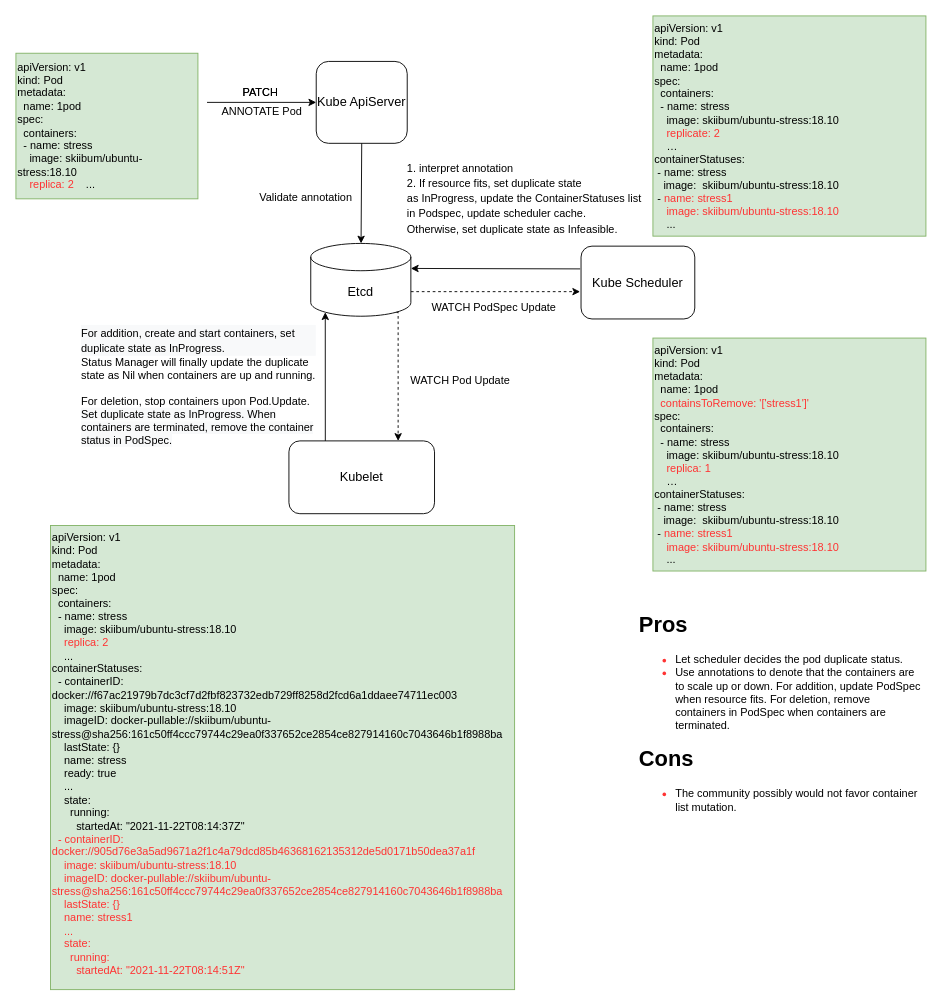
ichbinblau/OTC_Work_Log keeps this draw.io diagram as page "container attributes" (3 of 3) of Untitled Diagram.drawio. Above is the earlier version. Source tidied: cells renumbered, new cells numbered last; positions are measured from the earlier drawing's top-left corner, leaving out a move shared by most shapes. Both pictures are drawn from the tidied source at 91%, with x=0, y=0 at pixel (15, 15).
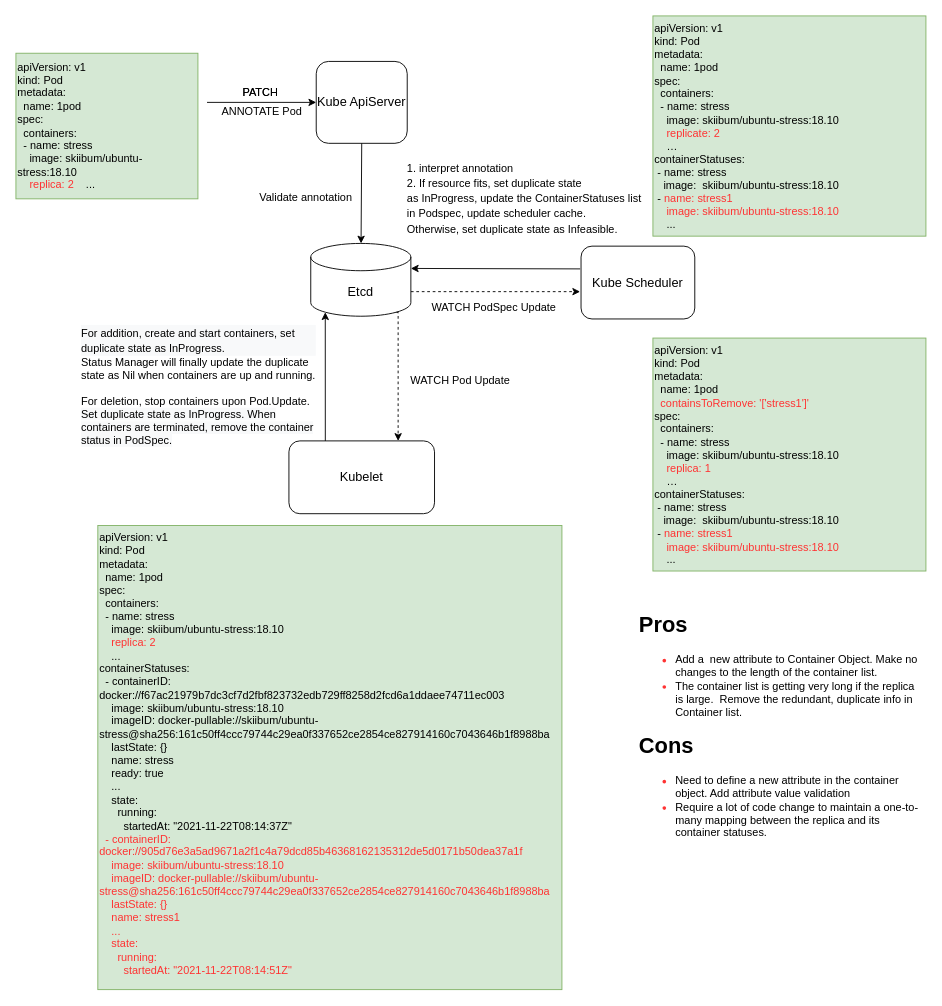
The same diagram, later.

Diff of the diagram source:
```diff
@@
-    <mxCell id="20" value="&lt;h1&gt;&lt;font color=&quot;#000000&quot;&gt;Pros&lt;/font&gt;&lt;/h1&gt;&lt;p&gt;&lt;/p&gt;&lt;ul&gt;&lt;li&gt;&lt;font color=&quot;#000000&quot;&gt;Let scheduler decides&amp;nbsp;the pod duplicate status.&amp;nbsp;&lt;/font&gt;&lt;/li&gt;&lt;li&gt;&lt;font color=&quot;#000000&quot;&gt;Use annotations to denote that the containers are to scale up or down. For addition, update PodSpec when resource fits. For deletion, remove containers in PodSpec when containers are terminated.&amp;nbsp;&amp;nbsp;&lt;/font&gt;&lt;/li&gt;&lt;/ul&gt;&lt;p&gt;&lt;/p&gt;&lt;h1&gt;&lt;font color=&quot;#000000&quot;&gt;Cons&lt;/font&gt;&lt;/h1&gt;&lt;p&gt;&lt;/p&gt;&lt;ul&gt;&lt;li&gt;&lt;font color=&quot;#000000&quot;&gt;The community possibly would not favor container list mutation.&amp;nbsp;&lt;/font&gt;&lt;/li&gt;&lt;/ul&gt;&lt;p&gt;&lt;/p&gt;" style="text;html=1;strokeColor=none;fillColor=none;spacing=5;spacingTop=-20;whiteSpace=wrap;overflow=hidden;rounded=0;fontFamily=Helvetica;fontSize=12;fontColor=#FF3333;align=left;" parent="1" vertex="1">
+    <mxCell id="20" value="&lt;h1&gt;&lt;font color=&quot;#000000&quot;&gt;Pros&lt;/font&gt;&lt;/h1&gt;&lt;p&gt;&lt;/p&gt;&lt;ul&gt;&lt;li&gt;&lt;font color=&quot;#000000&quot;&gt;Add a&amp;nbsp; new attribute to Container Object. Make no changes to the length of the container list.&lt;/font&gt;&lt;/li&gt;&lt;li&gt;&lt;font color=&quot;#000000&quot;&gt;The container list is getting very long if the replica is large.&amp;nbsp; Remove the redundant, duplicate info in Container list.&amp;nbsp;&lt;/font&gt;&lt;/li&gt;&lt;/ul&gt;&lt;p&gt;&lt;/p&gt;&lt;h1&gt;&lt;font color=&quot;#000000&quot;&gt;Cons&lt;/font&gt;&lt;/h1&gt;&lt;p&gt;&lt;/p&gt;&lt;ul&gt;&lt;li&gt;&lt;font color=&quot;#000000&quot;&gt;Need to define a new attribute in the container object. Add attribute value validation&lt;/font&gt;&lt;/li&gt;&lt;li&gt;&lt;font color=&quot;#000000&quot;&gt;Require a lot of code change to maintain&amp;nbsp;a one-to-many mapping between the replica and its container statuses.&amp;nbsp;&lt;/font&gt;&lt;/li&gt;&lt;/ul&gt;&lt;p&gt;&lt;/p&gt;" style="text;html=1;strokeColor=none;fillColor=none;spacing=5;spacingTop=-20;whiteSpace=wrap;overflow=hidden;rounded=0;fontFamily=Helvetica;fontSize=12;fontColor=#FF3333;align=left;" parent="1" vertex="1">
       <mxGeometry x="680" y="650" width="320" height="280" as="geometry" />
     </mxCell>
@@
     <mxCell id="24" value="apiVersion: v1&lt;br&gt;kind: Pod&lt;br&gt;metadata:&lt;br&gt;&amp;nbsp; name: 1pod&lt;font color=&quot;#ff3333&quot;&gt;&lt;br&gt;&lt;/font&gt;spec:&lt;br&gt;&amp;nbsp; containers:&lt;br&gt;&amp;nbsp; - name: stress&lt;br&gt;&amp;nbsp; &amp;nbsp; image: skiibum/ubuntu-stress:18.10&lt;br&gt;&amp;nbsp; &amp;nbsp; &lt;font color=&quot;#ff3333&quot;&gt;replica: 2&lt;/font&gt;&lt;br&gt;&amp;nbsp; &amp;nbsp; ...&lt;br&gt;&lt;div&gt;containerStatuses:&lt;/div&gt;&lt;div&gt;&amp;nbsp; - containerID: docker://f67ac21979b7dc3cf7d2fbf823732edb729ff8258d2fcd6a1ddaee74711ec003&lt;/div&gt;&lt;div&gt;&amp;nbsp; &amp;nbsp; image: skiibum/ubuntu-stress:18.10&lt;/div&gt;&lt;div&gt;&amp;nbsp; &amp;nbsp; imageID: docker-pullable://skiibum/ubuntu-stress@sha256:161c50ff4ccc79744c29ea0f337652ce2854ce827914160c7043646b1f8988ba&lt;/div&gt;&lt;div&gt;&amp;nbsp; &amp;nbsp; lastState: {}&lt;/div&gt;&lt;div&gt;&amp;nbsp; &amp;nbsp; name: stress&lt;/div&gt;&lt;div&gt;&amp;nbsp; &amp;nbsp; ready: true&lt;/div&gt;&lt;div&gt;&amp;nbsp; &amp;nbsp; ...&lt;/div&gt;&lt;div&gt;&amp;nbsp; &amp;nbsp; state:&lt;/div&gt;&lt;div&gt;&amp;nbsp; &amp;nbsp; &amp;nbsp; running:&lt;/div&gt;&lt;div&gt;&amp;nbsp; &amp;nbsp; &amp;nbsp; &amp;nbsp; startedAt: &quot;2021-11-22T08:14:37Z&quot;&lt;/div&gt;&lt;div&gt;&amp;nbsp;&lt;font color=&quot;#ff3333&quot;&gt; - containerID: docker://905d76e3a5ad9671a2f1c4a79dcd85b46368162135312de5d0171b50dea37a1f&lt;/font&gt;&lt;/div&gt;&lt;div&gt;&lt;font color=&quot;#ff3333&quot;&gt;&amp;nbsp; &amp;nbsp; image: skiibum/ubuntu-stress:18.10&lt;/font&gt;&lt;/div&gt;&lt;div&gt;&lt;font color=&quot;#ff3333&quot;&gt;&amp;nbsp; &amp;nbsp; imageID: docker-pullable://skiibum/ubuntu-stress@sha256:161c50ff4ccc79744c29ea0f337652ce2854ce827914160c7043646b1f8988ba&lt;/font&gt;&lt;/div&gt;&lt;div&gt;&lt;font color=&quot;#ff3333&quot;&gt;&amp;nbsp; &amp;nbsp; lastState: {}&lt;/font&gt;&lt;/div&gt;&lt;div&gt;&lt;font color=&quot;#ff3333&quot;&gt;&amp;nbsp; &amp;nbsp; name: stress1&lt;/font&gt;&lt;/div&gt;&lt;div&gt;&lt;font color=&quot;#ff3333&quot;&gt;&amp;nbsp; &amp;nbsp; ...&lt;/font&gt;&lt;/div&gt;&lt;div&gt;&lt;font color=&quot;#ff3333&quot;&gt;&amp;nbsp; &amp;nbsp; state:&lt;/font&gt;&lt;/div&gt;&lt;div&gt;&lt;font color=&quot;#ff3333&quot;&gt;&amp;nbsp; &amp;nbsp; &amp;nbsp; running:&lt;/font&gt;&lt;/div&gt;&lt;div&gt;&lt;font color=&quot;#ff3333&quot;&gt;&amp;nbsp; &amp;nbsp; &amp;nbsp; &amp;nbsp; startedAt: &quot;2021-11-22T08:14:51Z&quot;&lt;/font&gt;&lt;/div&gt;" style="text;whiteSpace=wrap;html=1;fontSize=12;fontFamily=Helvetica;fillColor=#d5e8d4;strokeColor=#82b366;" parent="1" vertex="1">
-      <mxGeometry x="38" y="560" width="510" height="510" as="geometry" />
+      <mxGeometry x="90" y="560" width="510" height="510" as="geometry" />
     </mxCell>
```
